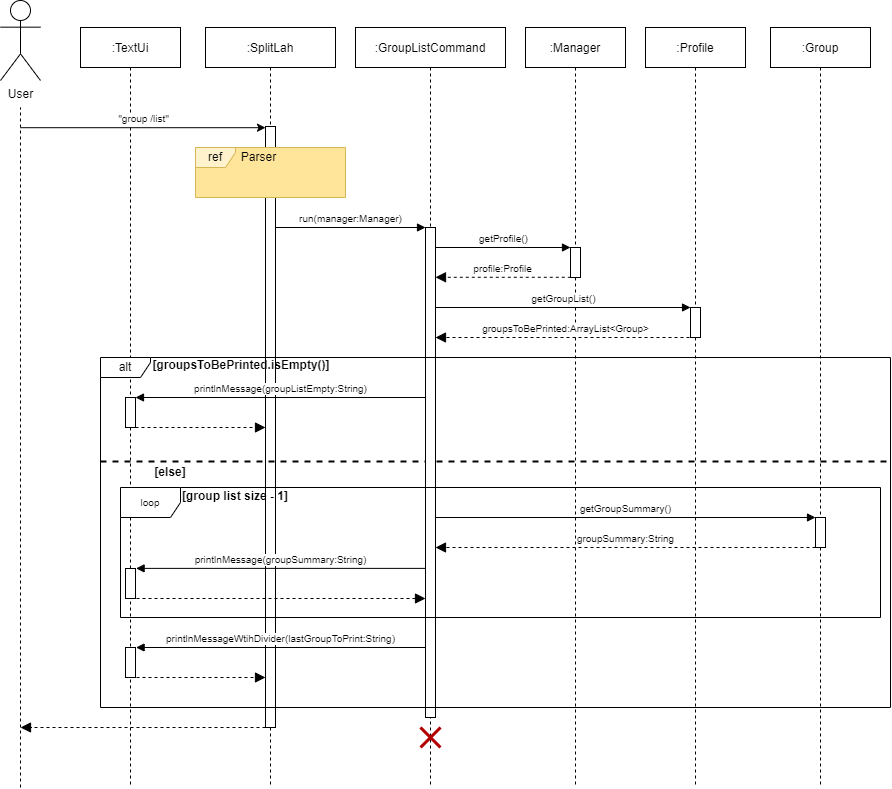
This is docs/images/developerguide/GroupListCommand.drawio.png from nus-cs2113-AY2122S2/tp, a draw.io export, as it was before one commit. Source tidied: cells renumbered, new cells last; positions are measured from the earlier drawing's top-left corner, leaving out a move shared by most shapes.
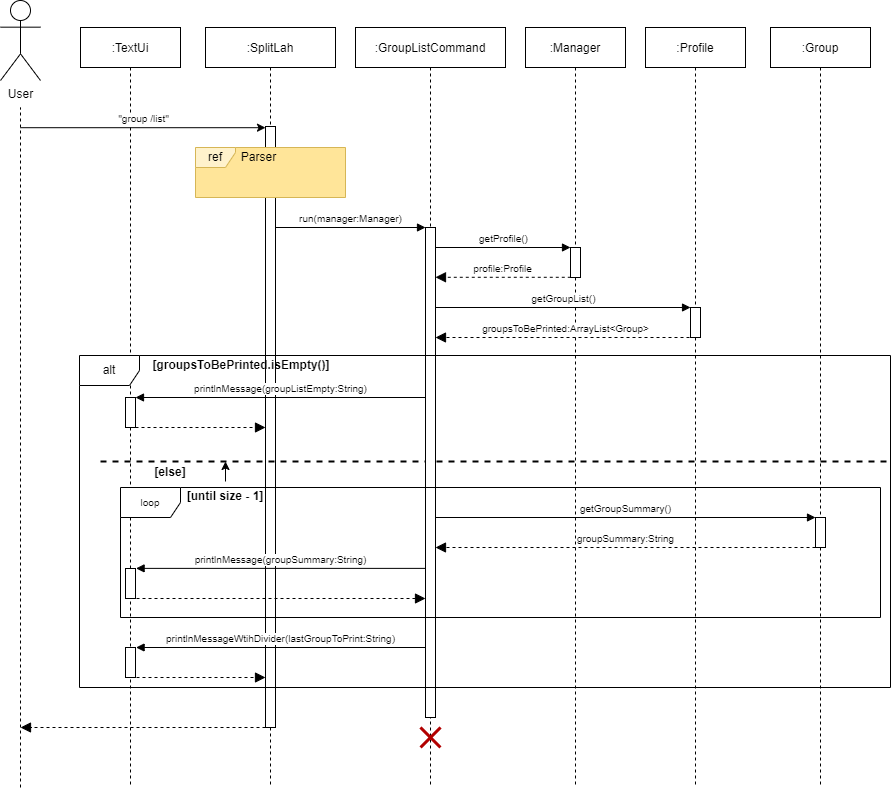
The same file after the commit.

Commit message:
Amend naming for sequence diagrams

Change to the diagram source:
```diff
@@ -69,8 +69,8 @@
     <mxCell id="20" value="Parser" style="text;html=1;align=center;verticalAlign=middle;strokeColor=none;fillColor=none;" parent="18" vertex="1">
       <mxGeometry x="38" width="50" height="20" as="geometry" />
     </mxCell>
-    <mxCell id="21" value="&lt;b&gt;[group list size - 1]&lt;/b&gt;" style="text;html=1;strokeColor=none;fillColor=none;align=center;verticalAlign=middle;whiteSpace=wrap;rounded=0;" parent="14" vertex="1">
-      <mxGeometry x="-35" y="454" width="130" height="30" as="geometry" />
+    <mxCell id="21" value="&lt;b&gt;[until size - 1]&lt;/b&gt;" style="text;html=1;strokeColor=none;fillColor=none;align=center;verticalAlign=middle;whiteSpace=wrap;rounded=0;" parent="14" vertex="1">
+      <mxGeometry x="-45" y="454" width="130" height="30" as="geometry" />
     </mxCell>
     <mxCell id="22" value="&quot;group /list&quot;" style="html=1;verticalAlign=bottom;endArrow=classic;rounded=0;endFill=1;fontSize=10;" parent="1" edge="1" target="15">
       <mxGeometry relative="1" as="geometry">
@@ -159,14 +159,17 @@
         <mxPoint x="130" y="677" as="sourcePoint" />
       </mxGeometry>
     </mxCell>
+    <mxCell id="44" style="shape=umlDestroy;whiteSpace=wrap;html=1;strokeWidth=3;rounded=0;fillColor=#e51400;strokeColor=#B20000;fontColor=#ffffff;" parent="1" vertex="1">
+      <mxGeometry x="420" y="727" width="20" height="20" as="geometry" />
+    </mxCell>
+    <mxCell id="45" style="edgeStyle=orthogonalEdgeStyle;rounded=0;jettySize=auto;html=1;" parent="1" edge="1" source="21" target="23">
+      <mxGeometry relative="1" as="geometry" />
+    </mxCell>
     <mxCell id="42" value="loop" style="shape=umlFrame;whiteSpace=wrap;html=1;fontSize=10;" parent="1" vertex="1">
       <mxGeometry x="120" y="487" width="760" height="130" as="geometry" />
     </mxCell>
-    <mxCell id="43" value="alt" style="shape=umlFrame;whiteSpace=wrap;html=1;width=50;height=20;" parent="1" vertex="1">
-      <mxGeometry x="100" y="357" width="790" height="350" as="geometry" />
+    <mxCell id="43" value="alt" style="shape=umlFrame;whiteSpace=wrap;html=1;" parent="1" vertex="1">
+      <mxGeometry x="79" y="355" width="811" height="332" as="geometry" />
     </mxCell>
-    <mxCell id="44" style="shape=umlDestroy;whiteSpace=wrap;html=1;strokeWidth=3;rounded=0;fillColor=#e51400;strokeColor=#B20000;fontColor=#ffffff;" parent="1" vertex="1">
-      <mxGeometry x="420" y="727" width="20" height="20" as="geometry" />
-    </mxCell>
   </root>
 </mxGraphModel>
```
